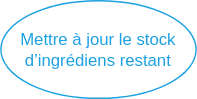
Before: img/figure_implicit-actions-update-stock.svg, a diagram exported from draw.io (centvingt/OCPizzaRedaction). Source tidied: cells renumbered, new cells last; positions are measured from the earlier drawing's top-left corner, leaving out a move shared by most shapes.
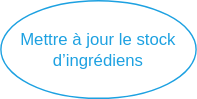
After the change.

Change to the diagram source:
```diff
@@ -2,7 +2,7 @@
   <root>
     <mxCell id="0" />
     <mxCell id="1" parent="0" />
-    <mxCell id="2" value="&lt;font color=&quot;#1da1e1&quot;&gt;Mettre à jour le stock d’ingrédiens restant&lt;/font&gt;" style="ellipse;whiteSpace=wrap;html=1;fillColor=none;strokeColor=#1DA1E1;" parent="1" vertex="1">
+    <mxCell id="2" value="&lt;font color=&quot;#1da1e1&quot;&gt;Mettre à jour le stock d’ingrédiens&lt;/font&gt;" style="ellipse;whiteSpace=wrap;html=1;fillColor=none;strokeColor=#1DA1E1;" parent="1" vertex="1">
       <mxGeometry width="140" height="70" as="geometry" />
     </mxCell>
   </root>
```
